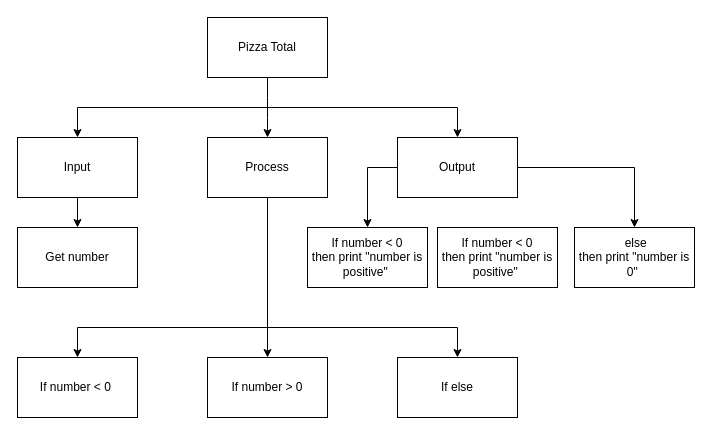
The draw.io diagram topdown.drawio in Peter-Gemmell/ICS3U-Unit3-04-Python, before the edit. Source tidied: cells renumbered, new cells numbered last; positions are measured from the earlier drawing's top-left corner, leaving out a move shared by most shapes. Both pictures are drawn from the tidied source at 100%, with x=0, y=0 at pixel (17, 17).
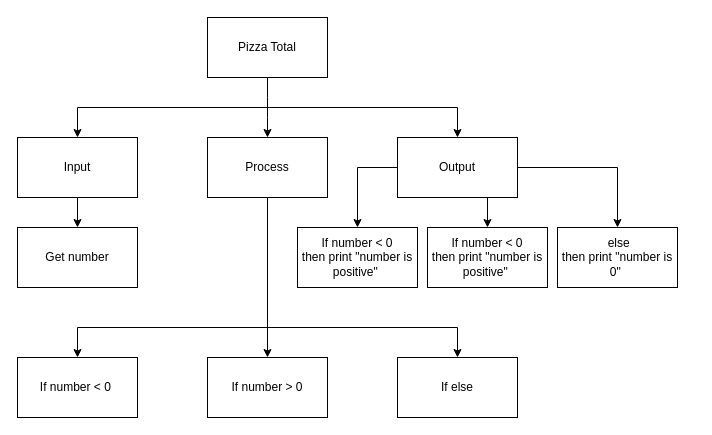
Above is the later version.

Unchanged cells that the change refers to:
```xml
<mxCell id="14" value="Output" style="rounded=0;whiteSpace=wrap;html=1;" parent="1" vertex="1">
  <mxGeometry x="380" y="120" width="120" height="60" as="geometry" />
</mxCell>
```

What changed in the source:
```diff
@@
     <mxCell id="12" style="edgeStyle=none;rounded=0;html=1;exitX=0;exitY=0.5;exitDx=0;exitDy=0;" parent="1" edge="1" source="14" target="16">
       <mxGeometry relative="1" as="geometry">
         <Array as="points">
-          <mxPoint x="350" y="150" />
+          <mxPoint x="340" y="150" />
         </Array>
       </mxGeometry>
     </mxCell>
     <mxCell id="13" style="edgeStyle=none;html=1;entryX=0.5;entryY=0;entryDx=0;entryDy=0;exitX=1;exitY=0.5;exitDx=0;exitDy=0;rounded=0;" parent="1" edge="1" source="14" target="21">
       <mxGeometry relative="1" as="geometry">
         <Array as="points">
-          <mxPoint x="617" y="150" />
+          <mxPoint x="600" y="150" />
         </Array>
       </mxGeometry>
     </mxCell>
+    <mxCell id="22" style="edgeStyle=none;rounded=0;html=1;exitX=0.75;exitY=1;exitDx=0;exitDy=0;entryX=0.5;entryY=0;entryDx=0;entryDy=0;" parent="1" edge="1" source="14" target="20">
+      <mxGeometry relative="1" as="geometry" />
+    </mxCell>
@@
     <mxCell id="16" value="If number &amp;lt; 0&lt;br&gt;then print &quot;number is positive&quot;&amp;nbsp;" style="rounded=0;whiteSpace=wrap;html=1;" parent="1" vertex="1">
-      <mxGeometry x="290" y="210" width="120" height="60" as="geometry" />
+      <mxGeometry x="280" y="210" width="120" height="60" as="geometry" />
     </mxCell>
@@
     <mxCell id="20" value="If number &amp;lt; 0&lt;br&gt;then print &quot;number is positive&quot;&amp;nbsp;" style="rounded=0;whiteSpace=wrap;html=1;" parent="1" vertex="1">
-      <mxGeometry x="420" y="210" width="120" height="60" as="geometry" />
+      <mxGeometry x="410" y="210" width="120" height="60" as="geometry" />
     </mxCell>
     <mxCell id="21" value="&amp;nbsp;else&lt;br&gt;then print &quot;number is 0&quot;&amp;nbsp;" style="rounded=0;whiteSpace=wrap;html=1;" parent="1" vertex="1">
-      <mxGeometry x="557" y="210" width="120" height="60" as="geometry" />
+      <mxGeometry x="540" y="210" width="120" height="60" as="geometry" />
     </mxCell>
```
